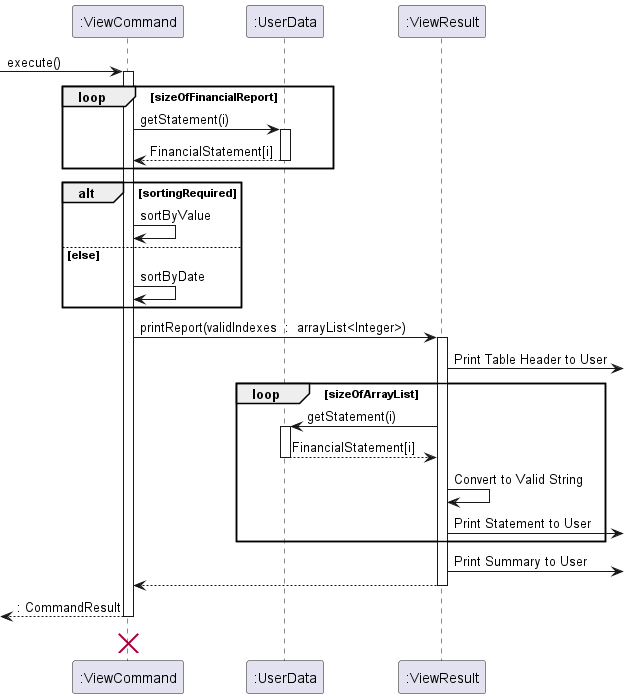
Above: docs/images/DeveloperGuide/ViewCommand.png in nus-cs2113-AY2223S2/tp (PlantUML), before the change. Source of this version:
```plantuml
@startuml
participant ":ViewCommand" as ViewCommand
participant ":UserData" as UserData
participant ":ViewResult" as ViewResult

[-> ViewCommand : execute()
activate ViewCommand

loop sizeOfFinancialReport
    ViewCommand -> UserData : getStatement(i)
    activate UserData
    UserData --> ViewCommand: FinancialStatement[i]
    deactivate UserData
    end
        alt sortingRequired
        ViewCommand -> ViewCommand : sortByValue
        else else
        ViewCommand -> ViewCommand : sortByDate
    end

    ViewCommand -> ViewResult : printReport(validIndexes  :  arrayList<Integer>)
    activate ViewResult

ViewResult ->] : Print Table Header to User
loop sizeOfArrayList
    ViewResult -> UserData : getStatement(i)
    activate UserData
    UserData --> ViewResult: FinancialStatement[i]
    deactivate UserData
    ViewResult -> ViewResult : Convert to Valid String
    ViewResult ->] : Print Statement to User
    end
    ViewResult ->] : Print Summary to User
    ViewResult --> ViewCommand
    deactivate ViewResult

ViewCommand -->[ : : CommandResult
deactivate ViewCommand
ViewCommand <-[hidden]- ViewCommand
destroy ViewCommand
@enduml
```
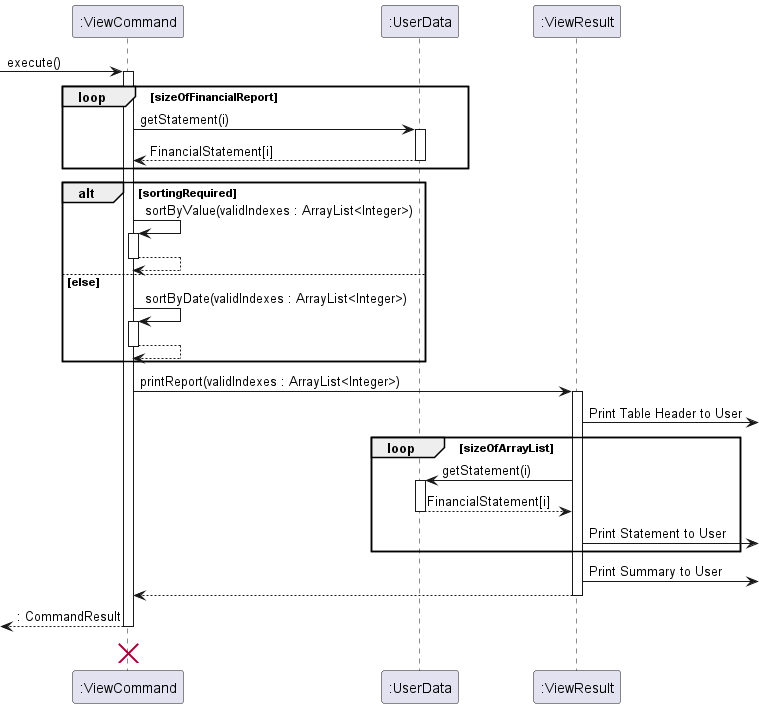
Above is the later version.

Change to the diagram source:
```diff
@@ -12,13 +12,20 @@
     UserData --> ViewCommand: FinancialStatement[i]
     deactivate UserData
     end
-        alt sortingRequired
-        ViewCommand -> ViewCommand : sortByValue
-        else else
-        ViewCommand -> ViewCommand : sortByDate
+
+    alt sortingRequired
+        ViewCommand -> ViewCommand : sortByValue(validIndexes : ArrayList<Integer>)
+        activate ViewCommand
+        ViewCommand --> ViewCommand
+        deactivate ViewCommand
+    else else
+        ViewCommand -> ViewCommand : sortByDate(validIndexes : ArrayList<Integer>)
+        activate ViewCommand
+        ViewCommand --> ViewCommand
+        deactivate ViewCommand
     end
 
-    ViewCommand -> ViewResult : printReport(validIndexes  :  arrayList<Integer>)
+    ViewCommand -> ViewResult : printReport(validIndexes : ArrayList<Integer>)
     activate ViewResult
 
 ViewResult ->] : Print Table Header to User
@@ -27,7 +34,6 @@
     activate UserData
     UserData --> ViewResult: FinancialStatement[i]
     deactivate UserData
-    ViewResult -> ViewResult : Convert to Valid String
     ViewResult ->] : Print Statement to User
     end
     ViewResult ->] : Print Summary to User
```
